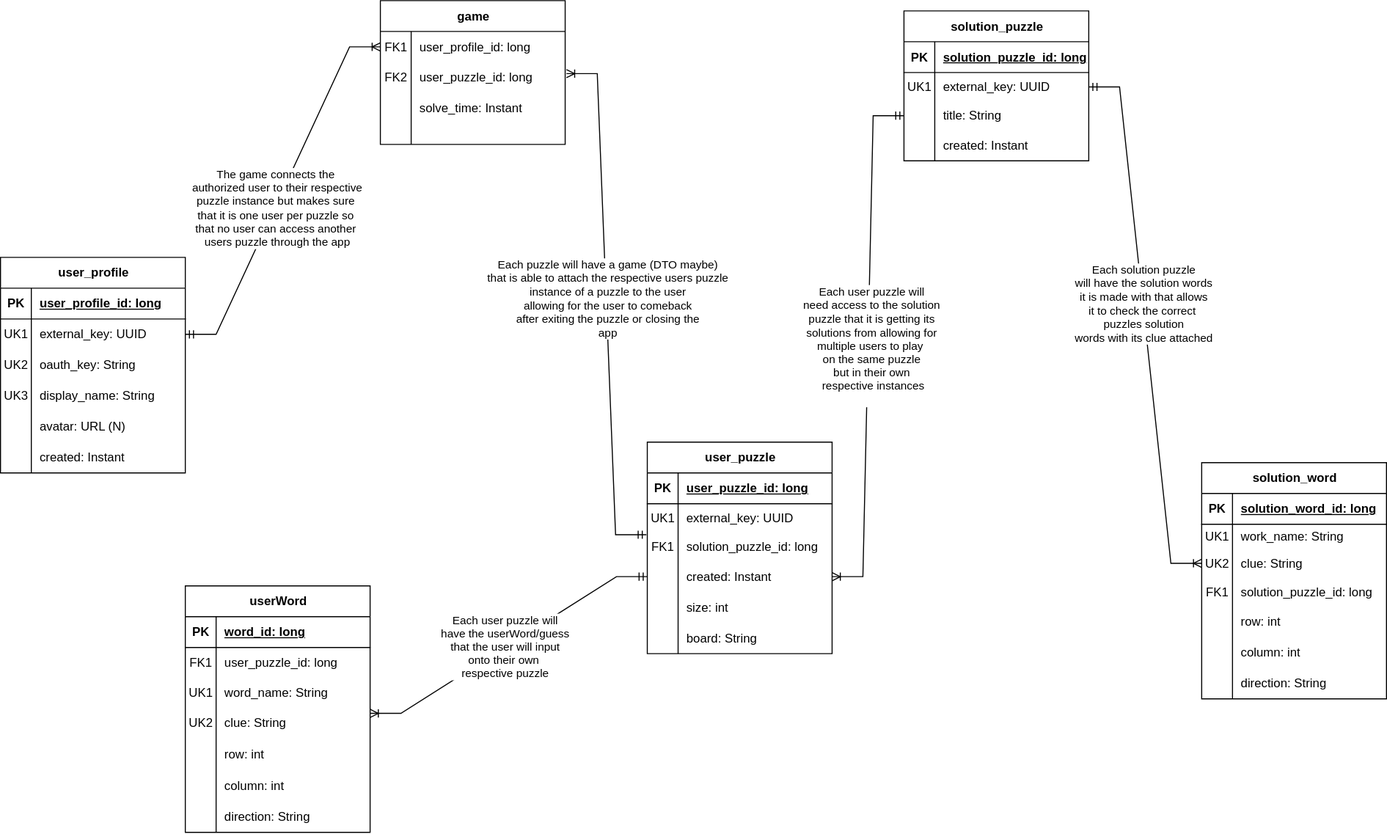
Before: docs/img/CrossFyre-ERD.drawio.svg, a diagram exported from draw.io (ddc-java-21/crossfyre). Source tidied: cells renumbered, new cells last; positions are measured from the earlier drawing's top-left corner, leaving out a move shared by most shapes.
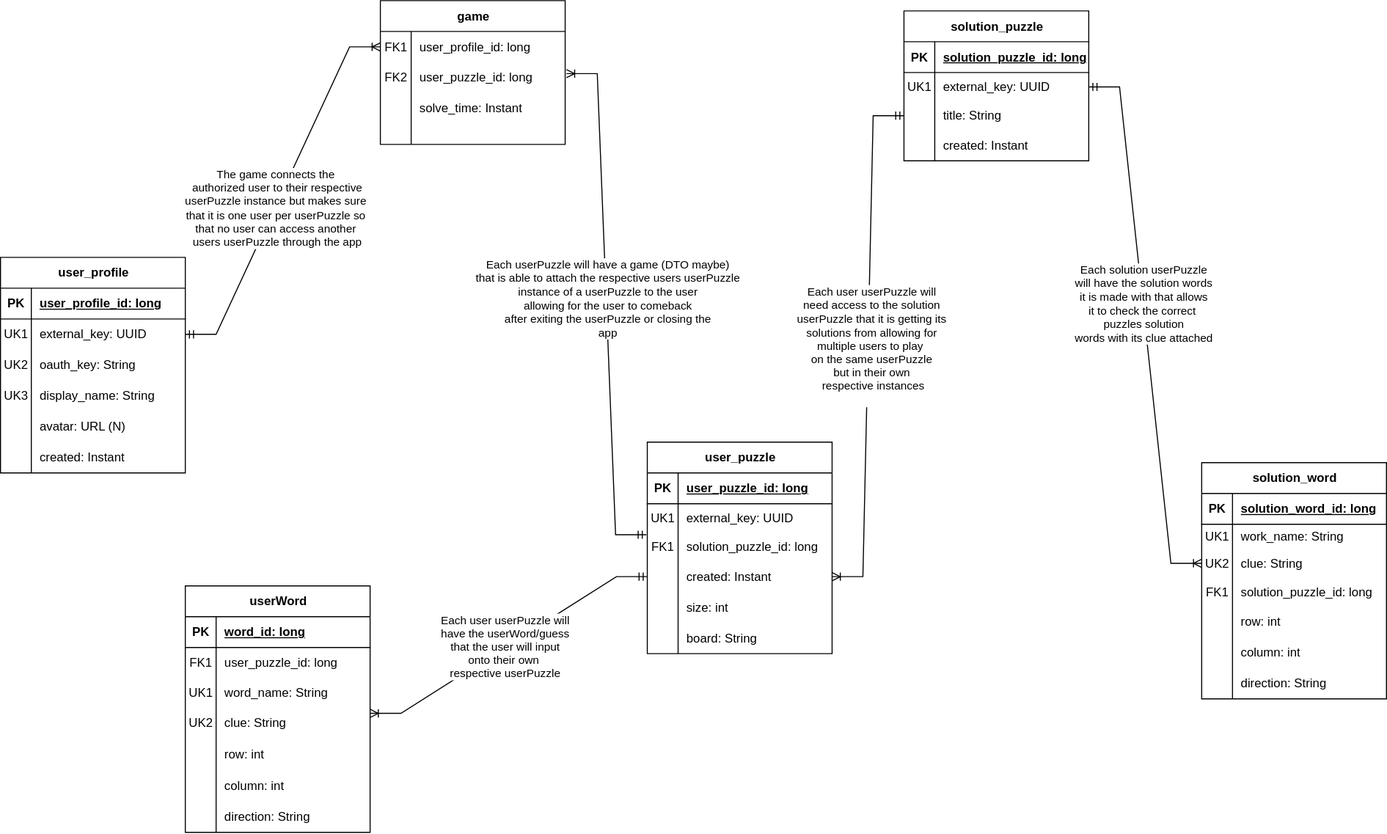
Above is the later version.

What changed in the source:
```diff
@@ -224,19 +224,19 @@
     <mxCell id="75" style="edgeStyle=entityRelationEdgeStyle;fontSize=12;html=1;endArrow=ERoneToMany;startArrow=ERmandOne;rounded=0;exitX=-0.005;exitY=0.078;exitDx=0;exitDy=0;exitPerimeter=0;entryX=1.007;entryY=0.369;entryDx=0;entryDy=0;entryPerimeter=0;" parent="1" edge="1" source="28" target="44">
       <mxGeometry relative="1" as="geometry" />
     </mxCell>
-    <mxCell id="76" value="Each puzzle will have a game (DTO maybe)&lt;br&gt;that is able to attach the respective users puzzle&lt;br&gt;&amp;nbsp;instance of a puzzle to the user&amp;nbsp;&lt;br&gt;allowing for the user to comeback&lt;br&gt;after exiting the puzzle or closing the&lt;br&gt;app" style="edgeLabel;html=1;align=center;verticalAlign=middle;" parent="75" vertex="1">
+    <mxCell id="76" value="Each userPuzzle will have a game (DTO maybe)&lt;br&gt;that is able to attach the respective users userPuzzle&lt;br&gt;&amp;nbsp;instance of a userPuzzle to the user&amp;nbsp;&lt;br&gt;allowing for the user to comeback&lt;br&gt;after exiting the userPuzzle or closing the&lt;br&gt;app" style="edgeLabel;html=1;align=center;verticalAlign=middle;" parent="75" vertex="1">
       <mxGeometry x="0.03" relative="1" as="geometry" />
     </mxCell>
     <mxCell id="77" style="edgeStyle=entityRelationEdgeStyle;fontSize=12;html=1;endArrow=ERoneToMany;startArrow=ERmandOne;rounded=0;exitX=0;exitY=0.5;exitDx=0;exitDy=0;entryX=1;entryY=0.206;entryDx=0;entryDy=0;entryPerimeter=0;" parent="1" edge="1" source="31" target="63">
       <mxGeometry relative="1" as="geometry" />
     </mxCell>
-    <mxCell id="78" value="Each user puzzle will&lt;div&gt;have the userWord/guess&lt;/div&gt;&lt;div&gt;that the user will input&lt;/div&gt;&lt;div&gt;onto their own&amp;nbsp;&lt;/div&gt;&lt;div&gt;respective&amp;nbsp;&lt;span style=&quot;background-color: light-dark(#ffffff, var(--ge-dark-color, #121212)); color: light-dark(rgb(0, 0, 0), rgb(255, 255, 255));&quot;&gt;puzzle&lt;/span&gt;&lt;/div&gt;" style="edgeLabel;html=1;align=center;verticalAlign=middle;" parent="77" vertex="1">
+    <mxCell id="78" value="Each user userPuzzle will&lt;div&gt;have the userWord/guess&lt;/div&gt;&lt;div&gt;that the user will input&lt;/div&gt;&lt;div&gt;onto their own&amp;nbsp;&lt;/div&gt;&lt;div&gt;respective&amp;nbsp;&lt;span style=&quot;background-color: light-dark(#ffffff, var(--ge-dark-color, #121212)); color: light-dark(rgb(0, 0, 0), rgb(255, 255, 255));&quot;&gt;userPuzzle&lt;/span&gt;&lt;/div&gt;" style="edgeLabel;html=1;align=center;verticalAlign=middle;" parent="77" vertex="1">
       <mxGeometry x="0.03" y="-2" relative="1" as="geometry" />
     </mxCell>
     <mxCell id="79" style="edgeStyle=entityRelationEdgeStyle;fontSize=12;html=1;endArrow=ERoneToMany;startArrow=ERmandOne;rounded=0;exitX=1;exitY=0.5;exitDx=0;exitDy=0;entryX=0;entryY=0.5;entryDx=0;entryDy=0;" parent="1" edge="1" source="6" target="41">
       <mxGeometry relative="1" as="geometry" />
     </mxCell>
-    <mxCell id="80" value="The game connects the&amp;nbsp;&lt;br&gt;authorized user to their respective&lt;br&gt;puzzle instance but makes sure&amp;nbsp;&lt;div&gt;that it is one&amp;nbsp;user per puzzle so&amp;nbsp;&lt;/div&gt;&lt;div&gt;that no&amp;nbsp;user can access another&amp;nbsp;&lt;/div&gt;&lt;div&gt;users puzzle through the app&lt;/div&gt;" style="edgeLabel;html=1;align=center;verticalAlign=middle;" parent="79" vertex="1">
+    <mxCell id="80" value="The game connects the&amp;nbsp;&lt;br&gt;authorized user to their respective&lt;br&gt;userPuzzle instance but makes sure&amp;nbsp;&lt;div&gt;that it is one&amp;nbsp;user per userPuzzle so&amp;nbsp;&lt;/div&gt;&lt;div&gt;that no&amp;nbsp;user can access another&amp;nbsp;&lt;/div&gt;&lt;div&gt;users userPuzzle through the app&lt;/div&gt;" style="edgeLabel;html=1;align=center;verticalAlign=middle;" parent="79" vertex="1">
       <mxGeometry x="-0.1" y="-1" relative="1" as="geometry" />
     </mxCell>
     <mxCell id="81" value="solution_puzzle" style="shape=table;startSize=30;rowLines=0;fontStyle=1;align=center;html=1;" parent="1" vertex="1">
@@ -281,7 +281,7 @@
     <mxCell id="94" style="edgeStyle=entityRelationEdgeStyle;fontSize=12;html=1;endArrow=ERoneToMany;startArrow=ERmandOne;rounded=0;exitX=0;exitY=0.5;exitDx=0;exitDy=0;entryX=1;entryY=0.5;entryDx=0;entryDy=0;" parent="1" edge="1" source="88" target="31">
       <mxGeometry relative="1" as="geometry" />
     </mxCell>
-    <mxCell id="95" value="Each user puzzle will&lt;br&gt;need access to the solution&lt;br&gt;puzzle that it is getting its&lt;br&gt;solutions from allowing for&lt;br&gt;multiple users to play&amp;nbsp;&lt;br&gt;on the same puzzle&lt;br&gt;but in their own&lt;div&gt;&amp;nbsp;respective instances&lt;br&gt;&lt;br&gt;&lt;/div&gt;" style="edgeLabel;html=1;align=center;verticalAlign=middle;" parent="94" vertex="1">
+    <mxCell id="95" value="Each user userPuzzle will&lt;br&gt;need access to the solution&lt;br&gt;userPuzzle that it is getting its&lt;br&gt;solutions from allowing for&lt;br&gt;multiple users to play&amp;nbsp;&lt;br&gt;on the same userPuzzle&lt;br&gt;but in their own&lt;div&gt;&amp;nbsp;respective instances&lt;br&gt;&lt;br&gt;&lt;/div&gt;" style="edgeLabel;html=1;align=center;verticalAlign=middle;" parent="94" vertex="1">
       <mxGeometry y="2" relative="1" as="geometry" />
     </mxCell>
     <mxCell id="96" value="solution_word" style="shape=table;startSize=30;rowLines=0;fontStyle=1;align=center;html=1;" parent="1" vertex="1">
@@ -353,7 +353,7 @@
     <mxCell id="118" style="edgeStyle=entityRelationEdgeStyle;fontSize=12;html=1;endArrow=ERoneToMany;startArrow=ERmandOne;rounded=0;exitX=1;exitY=0.5;exitDx=0;exitDy=0;entryX=0;entryY=0.5;entryDx=0;entryDy=0;" parent="1" edge="1" source="85" target="103">
       <mxGeometry relative="1" as="geometry" />
     </mxCell>
-    <mxCell id="119" value="Each solution puzzle&lt;br&gt;will have the solution words&lt;br&gt;it is made with that allows&lt;br&gt;it to check the correct&amp;nbsp;&lt;div&gt;puzzles solution&lt;br&gt;words with its clue attached&lt;/div&gt;" style="edgeLabel;html=1;align=center;verticalAlign=middle;" parent="118" vertex="1">
+    <mxCell id="119" value="Each solution userPuzzle&lt;br&gt;will have the solution words&lt;br&gt;it is made with that allows&lt;br&gt;it to check the correct&amp;nbsp;&lt;div&gt;puzzles solution&lt;br&gt;words with its clue attached&lt;/div&gt;" style="edgeLabel;html=1;align=center;verticalAlign=middle;" parent="118" vertex="1">
       <mxGeometry x="-0.08" y="-1" relative="1" as="geometry" />
     </mxCell>
   </root>
```
